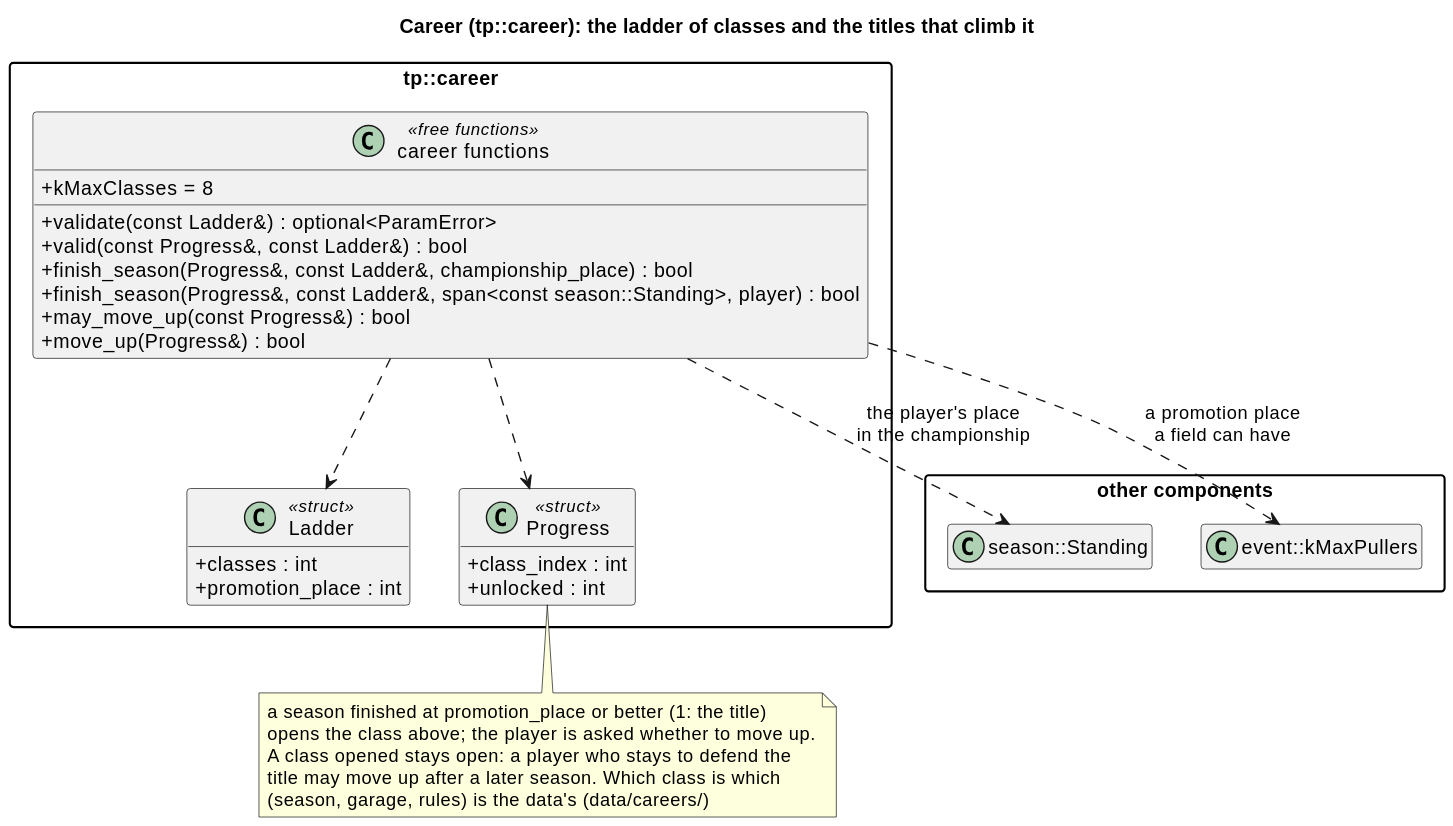
The PlantUML diagram docs/diagrams/svg/career_classes.svg in wversteeg/TractorPulling, before a commit. Source of this version:
```plantuml
@startuml
title Career (tp::career): the ladder of classes and the titles that climb it
hide empty members
skinparam packageStyle rectangle
skinparam classAttributeIconSize 0

package "other components" {
  class "season::Standing" as SeasonStanding
  class "event::kMaxPullers" as MaxPullers
}

package "tp::career" {
  class Ladder <<struct>> {
    +classes : int
    +promotion_place : int
  }
  class Progress <<struct>> {
    +class_index : int
    +unlocked : int
  }
  class "career functions" as CareerFns <<free functions>> {
    +kMaxClasses = 8
    +validate(const Ladder&) : optional<ParamError>
    +valid(const Progress&, const Ladder&) : bool
    +finish_season(Progress&, const Ladder&, championship_place) : bool
    +finish_season(Progress&, const Ladder&, span<const season::Standing>, player) : bool
    +may_move_up(const Progress&) : bool
    +move_up(Progress&) : bool
  }
  CareerFns ..> Ladder
  CareerFns ..> Progress
}
CareerFns ..> SeasonStanding : the player's place\nin the championship
CareerFns ..> MaxPullers : a promotion place\na field can have
note bottom of Progress
  a season finished at promotion_place or better (1: the title)
  opens the class above; the player is asked whether to move up.
  A class opened stays open: a player who stays to defend the
  title may move up after a later season. Which class is which
  (season, garage, rules) is the data's (data/careers/)
end note
@enduml
```
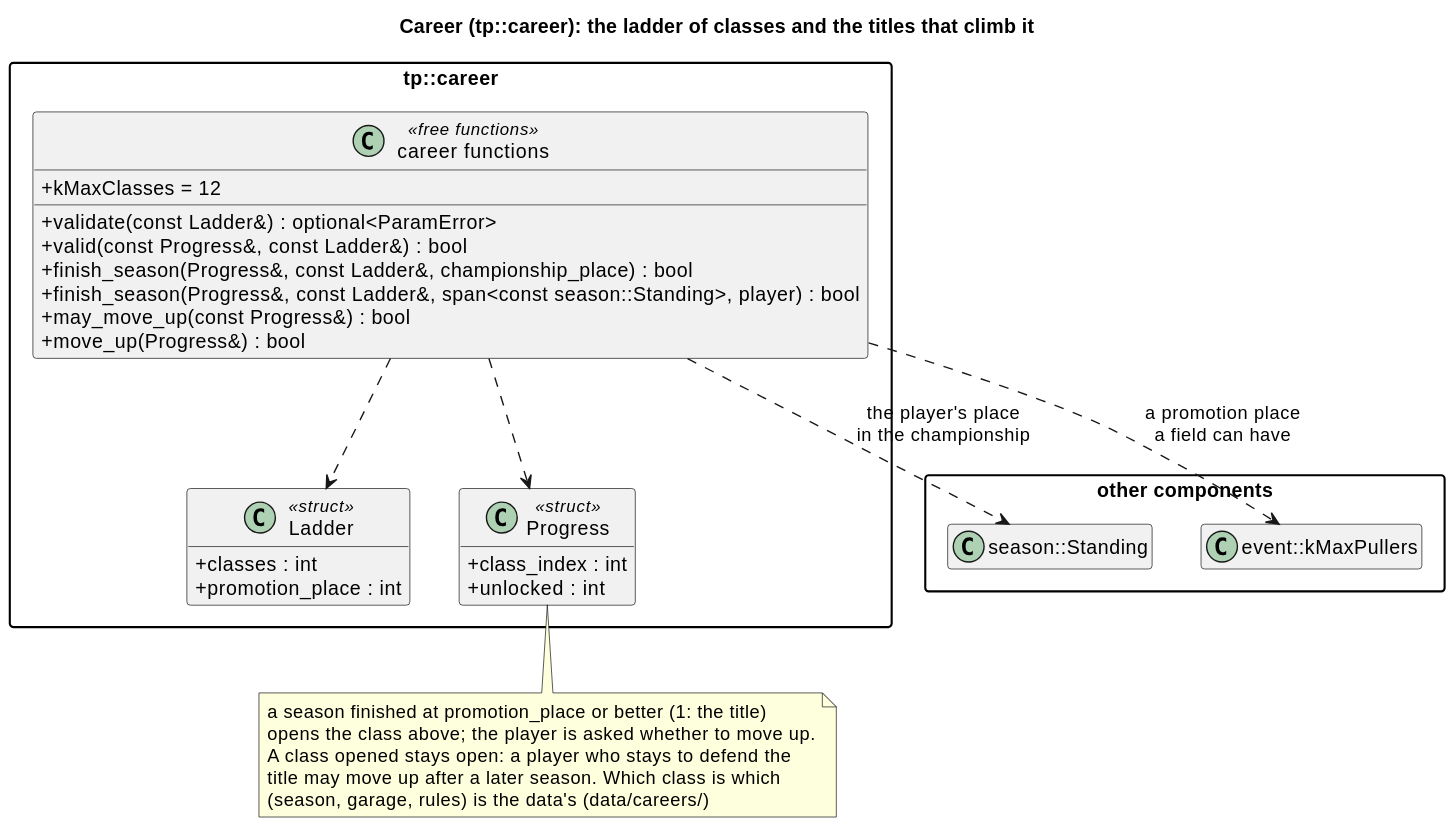
Above is the later version.

Commit message:
Nine classes on the tractor path: Sport 2.6 t, Supersport 3.4 and 3.6 t

Diff of the diagram source:
```diff
@@ -19,7 +19,7 @@
     +unlocked : int
   }
   class "career functions" as CareerFns <<free functions>> {
-    +kMaxClasses = 8
+    +kMaxClasses = 12
     +validate(const Ladder&) : optional<ParamError>
     +valid(const Progress&, const Ladder&) : bool
     +finish_season(Progress&, const Ladder&, championship_place) : bool
```
